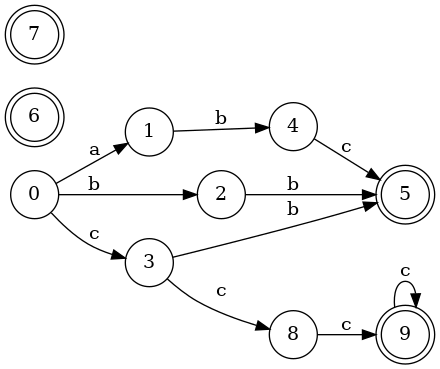
x6x4/lab2aaaaaaaaaaa keeps this Graphviz diagram as dfa_output.png. Above is the earlier version. Its source is kept beside it as dfa_output.dot.
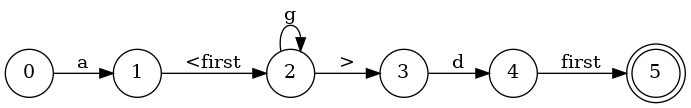
After the change.

Change to the diagram source:
```diff
@@ -2,17 +2,10 @@
 rankdir="LR"
 node [shape=circle];
 0 -> 1 [label="a"];
-0 -> 2 [label="b"];
-0 -> 3 [label="c"];
-1 -> 4 [label="b"];
-2 -> 5 [label="b"];
-3 -> 5 [label="b"];
-3 -> 8 [label="c"];
-4 -> 5 [label="c"];
-8 -> 9 [label="c"];
-9 -> 9 [label="c"];
+1 -> 2 [label="<first"];
+2 -> 2 [label="g"];
+2 -> 3 [label=">"];
+3 -> 4 [label="d"];
+4 -> 5 [label="first"];
 5[label="5"shape=doublecircle];
-6[label="6"shape=doublecircle];
-7[label="7"shape=doublecircle];
-9[label="9"shape=doublecircle];
 }
```
